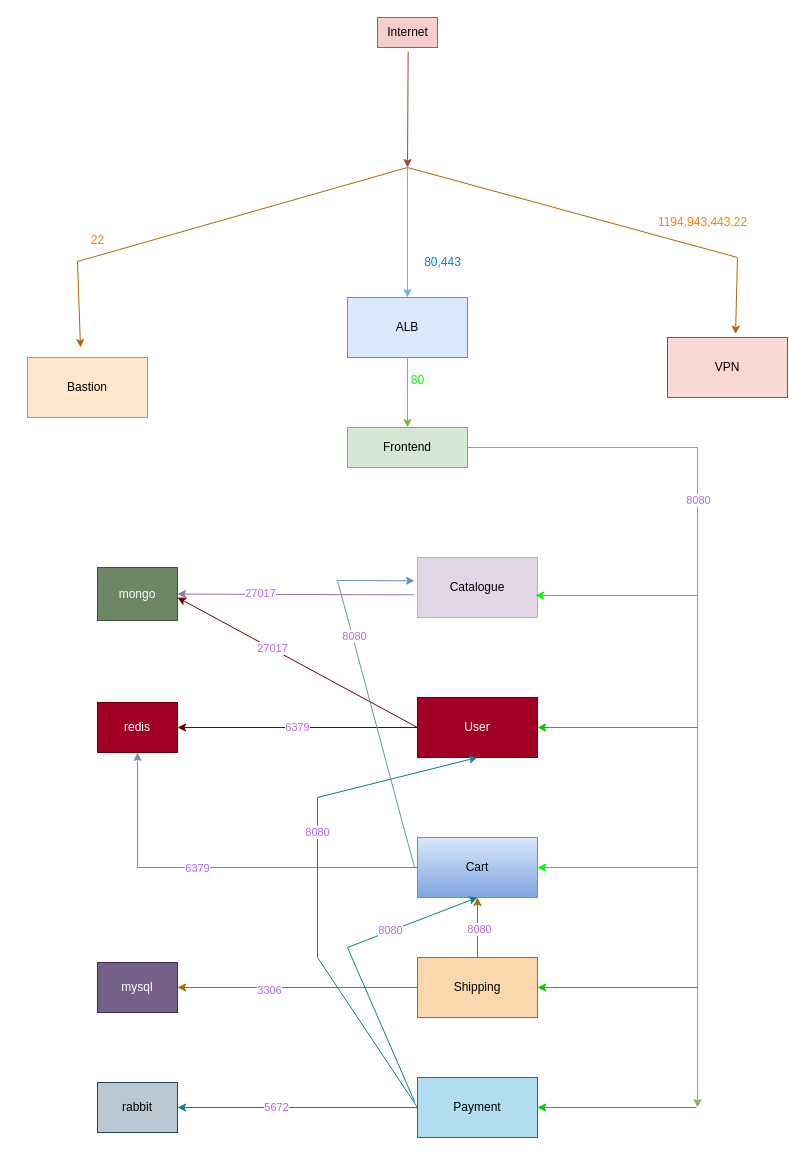
Before: sg.drawio in ullagallu123/infra-instana-ecs, a draw.io diagram. Source tidied: cells renumbered, new cells numbered last; positions are measured from the earlier drawing's top-left corner, leaving out a move shared by most shapes. Both pictures are drawn from the tidied source at 100%, with x=0, y=0 at pixel (27, 17).
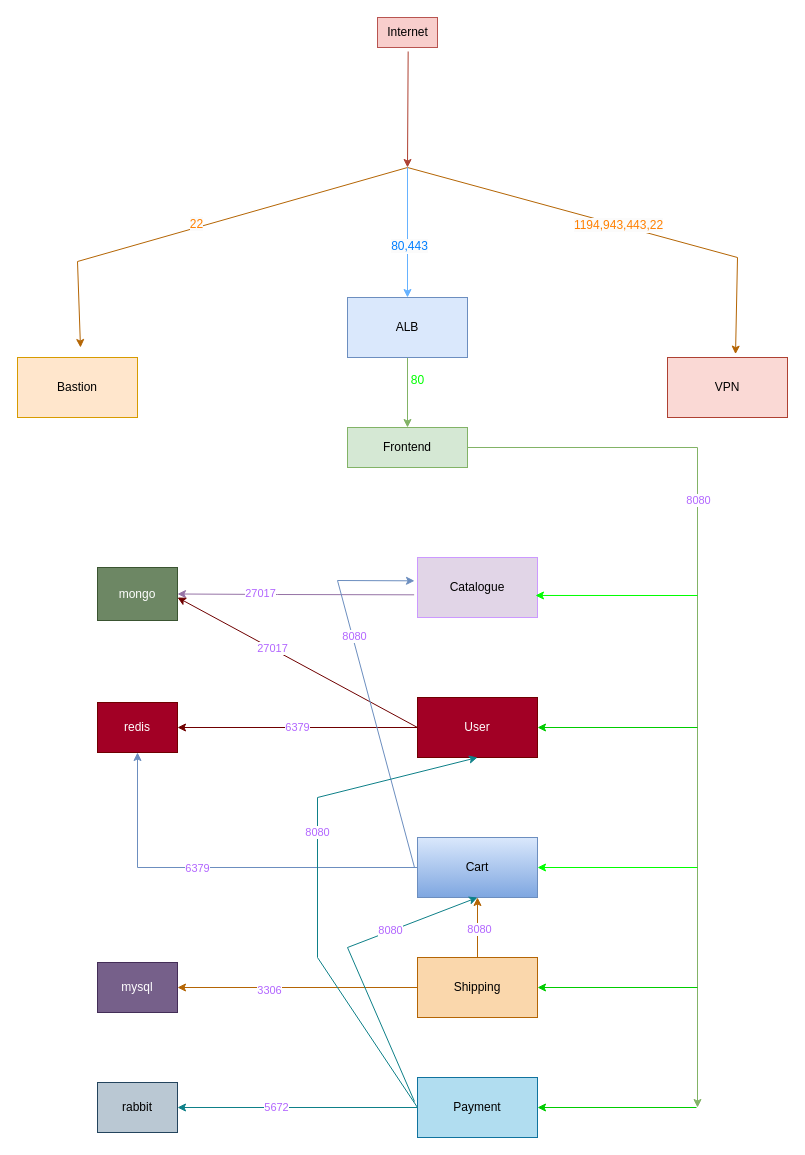
After the change.

Unchanged cells that the change refers to:
```xml
<mxCell id="35" style="endArrow=classic;html=1;rounded=0;entryX=0.5;entryY=0;entryDx=0;entryDy=0;flowAnimation=1;fillColor=#b1ddf0;strokeColor=#66B2FF;" parent="1" edge="1" target="23">
  <mxGeometry relative="1" as="geometry">
    <mxPoint x="380" y="150" as="sourcePoint" />
  </mxGeometry>
</mxCell>
```

The edit, as a diff of the source:
```diff
@@
     <mxCell id="20" value="Bastion" style="rounded=0;whiteSpace=wrap;html=1;fillColor=#ffe6cc;strokeColor=#d79b00;" parent="1" vertex="1">
-      <mxGeometry y="340" width="120" height="60" as="geometry" />
+      <mxGeometry x="-10" y="340" width="120" height="60" as="geometry" />
     </mxCell>
     <mxCell id="21" value="VPN" style="rounded=0;whiteSpace=wrap;html=1;fillColor=#fad9d5;strokeColor=#ae4132;" parent="1" vertex="1">
-      <mxGeometry x="640" y="320" width="120" height="60" as="geometry" />
+      <mxGeometry x="640" y="340" width="120" height="60" as="geometry" />
     </mxCell>
@@
-    <mxCell id="28" style="endArrow=classic;html=1;rounded=0;flowAnimation=1;fillColor=#fad7ac;strokeColor=#b46504;entryX=0.567;entryY=-0.056;entryDx=0;entryDy=0;entryPerimeter=0;" parent="1" edge="1" target="21">
+    <mxCell id="28" value="&lt;span style=&quot;color: rgb(255, 128, 0); font-size: 12px; background-color: rgb(251, 251, 251);&quot;&gt;1194,943,443,22&lt;/span&gt;" style="endArrow=classic;html=1;rounded=0;flowAnimation=1;fillColor=#fad7ac;strokeColor=#b46504;entryX=0.567;entryY=-0.056;entryDx=0;entryDy=0;entryPerimeter=0;" parent="1" edge="1" target="21">
       <mxGeometry relative="1" as="geometry">
         <mxPoint x="380" y="150" as="sourcePoint" />
         <Array as="points">
           <mxPoint x="710" y="240" />
         </Array>
       </mxGeometry>
     </mxCell>
-    <mxCell id="29" style="endArrow=classic;html=1;rounded=0;flowAnimation=1;fillColor=#fad7ac;strokeColor=#b46504;" parent="1" edge="1">
-      <mxGeometry relative="1" as="geometry">
+    <mxCell id="29" value="&lt;br style=&quot;font-size: 12px; background-color: rgb(251, 251, 251);&quot;&gt;&lt;span style=&quot;font-size: 12px; color: rgb(255, 128, 0); background-color: rgb(251, 251, 251);&quot;&gt;22&lt;/span&gt;" style="endArrow=classic;html=1;rounded=0;flowAnimation=1;fillColor=#fad7ac;strokeColor=#b46504;" parent="1" edge="1">
+      <mxGeometry x="0.01" y="-9" relative="1" as="geometry">
         <mxPoint x="380" y="150" as="sourcePoint" />
         <mxPoint x="53" y="330" as="targetPoint" />
         <Array as="points">
           <mxPoint x="50" y="244" />
         </Array>
+        <mxPoint y="-1" as="offset" />
       </mxGeometry>
     </mxCell>
@@
-    <mxCell id="34" value="&lt;font color=&quot;#ff8000&quot;&gt;1194,943,443,22&lt;/font&gt;" style="text;html=1;align=center;verticalAlign=middle;strokeColor=none;fillColor=none;" parent="1" vertex="1">
-      <mxGeometry x="620" y="190" width="110" height="30" as="geometry" />
-    </mxCell>
@@
+    <mxCell id="37" value="&lt;span style=&quot;color: rgb(0, 127, 255); font-size: 12px; background-color: rgb(251, 251, 251);&quot;&gt;80,443&lt;/span&gt;" style="edgeLabel;html=1;align=center;verticalAlign=middle;" parent="35" vertex="1">
+      <mxGeometry x="0.2" y="1" relative="1" as="geometry" />
+    </mxCell>
@@
-    <mxCell id="37" value="&lt;font color=&quot;#007fff&quot;&gt;80,443&lt;/font&gt;" style="text;html=1;align=center;verticalAlign=middle;strokeColor=none;fillColor=none;" parent="1" vertex="1">
-      <mxGeometry x="385" y="230" width="60" height="30" as="geometry" />
-    </mxCell>
@@
-    <mxCell id="40" value="&lt;font color=&quot;#ff8000&quot;&gt;22&lt;/font&gt;" style="text;html=1;align=center;verticalAlign=middle;strokeColor=none;fillColor=none;" parent="1" vertex="1">
-      <mxGeometry x="50" y="208" width="40" height="30" as="geometry" />
-    </mxCell>
```
